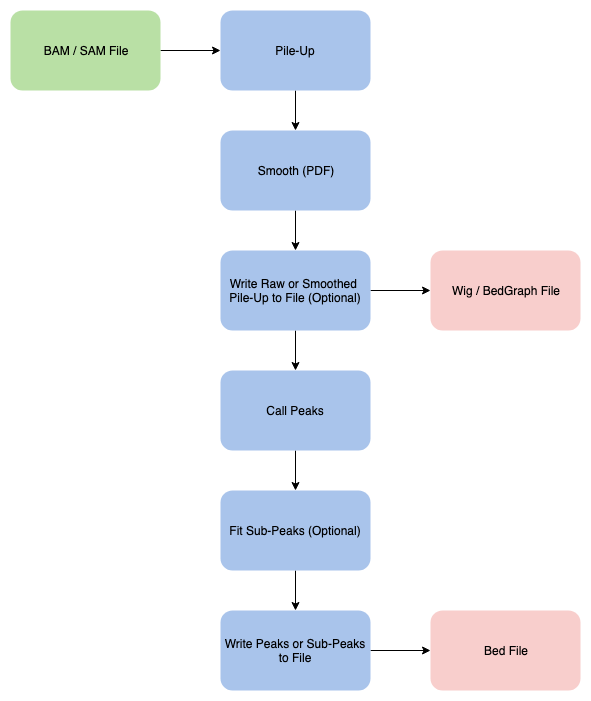
Above: img/zpeaks_flow.png in krews-community/zpeaks (draw.io), before the change. Source tidied: cells renumbered, new cells last; positions are measured from the earlier drawing's top-left corner, leaving out a move shared by most shapes. Source of this version:
```xml
<mxGraphModel>
  <root>
    <mxCell id="0" />
    <mxCell id="1" parent="0" />
    <mxCell id="2" style="edgeStyle=orthogonalEdgeStyle;rounded=0;jettySize=auto;html=1;exitX=0.5;exitY=1;exitDx=0;exitDy=0;entryX=0.5;entryY=0;entryDx=0;entryDy=0;" parent="1" edge="1" source="3" target="6">
      <mxGeometry relative="1" as="geometry" />
    </mxCell>
    <mxCell id="3" value="Smooth (PDF)" style="rounded=1;whiteSpace=wrap;html=1;fillColor=#A9C4EB;strokeColor=none;" parent="1" vertex="1">
      <mxGeometry x="210" y="120" width="150" height="80" as="geometry" />
    </mxCell>
    <mxCell id="4" style="edgeStyle=orthogonalEdgeStyle;rounded=0;jettySize=auto;html=1;exitX=0.5;exitY=1;exitDx=0;exitDy=0;entryX=0.5;entryY=0;entryDx=0;entryDy=0;" parent="1" edge="1" source="6" target="10">
      <mxGeometry relative="1" as="geometry" />
    </mxCell>
    <mxCell id="5" style="edgeStyle=orthogonalEdgeStyle;rounded=0;jettySize=auto;html=1;exitX=1;exitY=0.5;exitDx=0;exitDy=0;entryX=0;entryY=0.5;entryDx=0;entryDy=0;" parent="1" edge="1" source="6" target="17">
      <mxGeometry relative="1" as="geometry" />
    </mxCell>
    <mxCell id="6" value="Write Raw or Smoothed &lt;br&gt;Pile-Up to File (Optional)" style="rounded=1;whiteSpace=wrap;html=1;fillColor=#A9C4EB;strokeColor=none;" parent="1" vertex="1">
      <mxGeometry x="210" y="240" width="150" height="80" as="geometry" />
    </mxCell>
    <mxCell id="7" style="edgeStyle=orthogonalEdgeStyle;rounded=0;jettySize=auto;html=1;exitX=0.5;exitY=1;exitDx=0;exitDy=0;entryX=0.5;entryY=0;entryDx=0;entryDy=0;" parent="1" edge="1" source="8" target="3">
      <mxGeometry relative="1" as="geometry" />
    </mxCell>
    <mxCell id="8" value="Pile-Up" style="rounded=1;whiteSpace=wrap;html=1;fillColor=#A9C4EB;strokeColor=none;" parent="1" vertex="1">
      <mxGeometry x="210" width="150" height="80" as="geometry" />
    </mxCell>
    <mxCell id="9" style="edgeStyle=orthogonalEdgeStyle;rounded=0;jettySize=auto;html=1;exitX=0.5;exitY=1;exitDx=0;exitDy=0;entryX=0.5;entryY=0;entryDx=0;entryDy=0;" parent="1" edge="1" source="10" target="12">
      <mxGeometry relative="1" as="geometry" />
    </mxCell>
    <mxCell id="10" value="Call Peaks" style="rounded=1;whiteSpace=wrap;html=1;fillColor=#A9C4EB;strokeColor=none;" parent="1" vertex="1">
      <mxGeometry x="210" y="360" width="150" height="80" as="geometry" />
    </mxCell>
    <mxCell id="11" style="edgeStyle=orthogonalEdgeStyle;rounded=0;jettySize=auto;html=1;exitX=0.5;exitY=1;exitDx=0;exitDy=0;entryX=0.5;entryY=0;entryDx=0;entryDy=0;" parent="1" edge="1" source="12" target="14">
      <mxGeometry relative="1" as="geometry" />
    </mxCell>
    <mxCell id="12" value="Fit Sub-Peaks (Optional)" style="rounded=1;whiteSpace=wrap;html=1;fillColor=#A9C4EB;strokeColor=none;" parent="1" vertex="1">
      <mxGeometry x="210" y="480" width="150" height="80" as="geometry" />
    </mxCell>
    <mxCell id="13" style="edgeStyle=orthogonalEdgeStyle;rounded=0;jettySize=auto;html=1;exitX=1;exitY=0.5;exitDx=0;exitDy=0;entryX=0;entryY=0.5;entryDx=0;entryDy=0;" parent="1" edge="1" source="14" target="18">
      <mxGeometry relative="1" as="geometry" />
    </mxCell>
    <mxCell id="14" value="Write Peaks or Sub-Peaks to File" style="rounded=1;whiteSpace=wrap;html=1;fillColor=#A9C4EB;strokeColor=none;" parent="1" vertex="1">
      <mxGeometry x="210" y="600" width="150" height="80" as="geometry" />
    </mxCell>
    <mxCell id="15" style="edgeStyle=orthogonalEdgeStyle;rounded=0;jettySize=auto;html=1;exitX=1;exitY=0.5;exitDx=0;exitDy=0;entryX=0;entryY=0.5;entryDx=0;entryDy=0;" parent="1" edge="1" source="16" target="8">
      <mxGeometry relative="1" as="geometry" />
    </mxCell>
    <mxCell id="16" value="BAM / SAM File" style="rounded=1;whiteSpace=wrap;html=1;fillColor=#B9E0A5;strokeColor=none;" parent="1" vertex="1">
      <mxGeometry width="150" height="80" as="geometry" />
    </mxCell>
    <mxCell id="17" value="Wig / BedGraph File" style="rounded=1;whiteSpace=wrap;html=1;fillColor=#F8CECC;strokeColor=none;" parent="1" vertex="1">
      <mxGeometry x="420" y="240" width="150" height="80" as="geometry" />
    </mxCell>
    <mxCell id="18" value="Bed File" style="rounded=1;whiteSpace=wrap;html=1;fillColor=#F8CECC;strokeColor=none;" parent="1" vertex="1">
      <mxGeometry x="420" y="600" width="150" height="80" as="geometry" />
    </mxCell>
  </root>
</mxGraphModel>
```
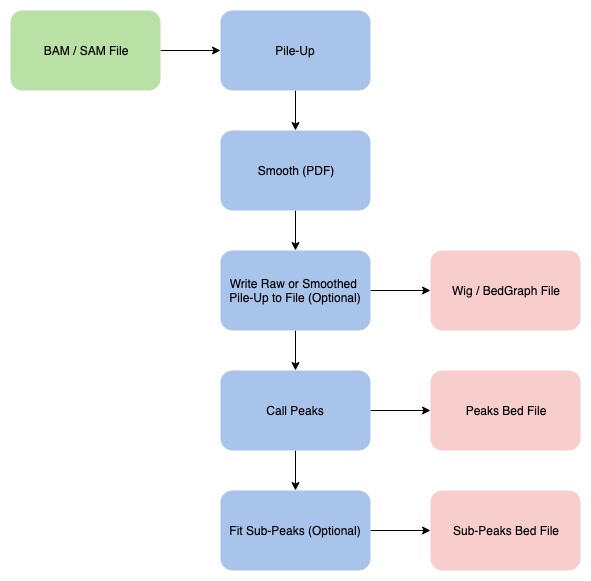
Later version of the same file.

What changed in the source:
```diff
@@ -8,10 +8,10 @@
     <mxCell id="3" value="Smooth (PDF)" style="rounded=1;whiteSpace=wrap;html=1;fillColor=#A9C4EB;strokeColor=none;" parent="1" vertex="1">
       <mxGeometry x="210" y="120" width="150" height="80" as="geometry" />
     </mxCell>
-    <mxCell id="4" style="edgeStyle=orthogonalEdgeStyle;rounded=0;jettySize=auto;html=1;exitX=0.5;exitY=1;exitDx=0;exitDy=0;entryX=0.5;entryY=0;entryDx=0;entryDy=0;" parent="1" edge="1" source="6" target="10">
+    <mxCell id="4" style="edgeStyle=orthogonalEdgeStyle;rounded=0;jettySize=auto;html=1;exitX=0.5;exitY=1;exitDx=0;exitDy=0;entryX=0.5;entryY=0;entryDx=0;entryDy=0;" parent="1" edge="1" source="6" target="11">
       <mxGeometry relative="1" as="geometry" />
     </mxCell>
-    <mxCell id="5" style="edgeStyle=orthogonalEdgeStyle;rounded=0;jettySize=auto;html=1;exitX=1;exitY=0.5;exitDx=0;exitDy=0;entryX=0;entryY=0.5;entryDx=0;entryDy=0;" parent="1" edge="1" source="6" target="17">
+    <mxCell id="5" style="edgeStyle=orthogonalEdgeStyle;rounded=0;jettySize=auto;html=1;exitX=1;exitY=0.5;exitDx=0;exitDy=0;entryX=0;entryY=0.5;entryDx=0;entryDy=0;" parent="1" edge="1" source="6" target="16">
       <mxGeometry relative="1" as="geometry" />
     </mxCell>
     <mxCell id="6" value="Write Raw or Smoothed &lt;br&gt;Pile-Up to File (Optional)" style="rounded=1;whiteSpace=wrap;html=1;fillColor=#A9C4EB;strokeColor=none;" parent="1" vertex="1">
@@ -23,35 +23,35 @@
     <mxCell id="8" value="Pile-Up" style="rounded=1;whiteSpace=wrap;html=1;fillColor=#A9C4EB;strokeColor=none;" parent="1" vertex="1">
       <mxGeometry x="210" width="150" height="80" as="geometry" />
     </mxCell>
-    <mxCell id="9" style="edgeStyle=orthogonalEdgeStyle;rounded=0;jettySize=auto;html=1;exitX=0.5;exitY=1;exitDx=0;exitDy=0;entryX=0.5;entryY=0;entryDx=0;entryDy=0;" parent="1" edge="1" source="10" target="12">
+    <mxCell id="9" style="edgeStyle=orthogonalEdgeStyle;rounded=0;jettySize=auto;html=1;exitX=0.5;exitY=1;exitDx=0;exitDy=0;entryX=0.5;entryY=0;entryDx=0;entryDy=0;" parent="1" edge="1" source="11" target="13">
       <mxGeometry relative="1" as="geometry" />
     </mxCell>
-    <mxCell id="10" value="Call Peaks" style="rounded=1;whiteSpace=wrap;html=1;fillColor=#A9C4EB;strokeColor=none;" parent="1" vertex="1">
-      <mxGeometry x="210" y="360" width="150" height="80" as="geometry" />
+    <mxCell id="10" style="edgeStyle=orthogonalEdgeStyle;rounded=0;jettySize=auto;html=1;exitX=1;exitY=0.5;exitDx=0;exitDy=0;entryX=0;entryY=0.5;entryDx=0;entryDy=0;" parent="1" edge="1" source="11" target="18">
+      <mxGeometry relative="1" as="geometry" />
     </mxCell>
-    <mxCell id="11" style="edgeStyle=orthogonalEdgeStyle;rounded=0;jettySize=auto;html=1;exitX=0.5;exitY=1;exitDx=0;exitDy=0;entryX=0.5;entryY=0;entryDx=0;entryDy=0;" parent="1" edge="1" source="12" target="14">
-      <mxGeometry relative="1" as="geometry" />
+    <mxCell id="11" value="Call Peaks" style="rounded=1;whiteSpace=wrap;html=1;fillColor=#A9C4EB;strokeColor=none;" parent="1" vertex="1">
+      <mxGeometry x="210" y="360" width="150" height="80" as="geometry" />
     </mxCell>
-    <mxCell id="12" value="Fit Sub-Peaks (Optional)" style="rounded=1;whiteSpace=wrap;html=1;fillColor=#A9C4EB;strokeColor=none;" parent="1" vertex="1">
-      <mxGeometry x="210" y="480" width="150" height="80" as="geometry" />
+    <mxCell id="12" style="edgeStyle=orthogonalEdgeStyle;rounded=0;jettySize=auto;html=1;exitX=1;exitY=0.5;exitDx=0;exitDy=0;entryX=0;entryY=0.5;entryDx=0;entryDy=0;" parent="1" edge="1" source="13" target="17">
+      <mxGeometry relative="1" as="geometry" />
     </mxCell>
-    <mxCell id="13" style="edgeStyle=orthogonalEdgeStyle;rounded=0;jettySize=auto;html=1;exitX=1;exitY=0.5;exitDx=0;exitDy=0;entryX=0;entryY=0.5;entryDx=0;entryDy=0;" parent="1" edge="1" source="14" target="18">
-      <mxGeometry relative="1" as="geometry" />
+    <mxCell id="13" value="Fit Sub-Peaks (Optional)" style="rounded=1;whiteSpace=wrap;html=1;fillColor=#A9C4EB;strokeColor=none;" parent="1" vertex="1">
+      <mxGeometry x="210" y="480" width="150" height="80" as="geometry" />
     </mxCell>
-    <mxCell id="14" value="Write Peaks or Sub-Peaks to File" style="rounded=1;whiteSpace=wrap;html=1;fillColor=#A9C4EB;strokeColor=none;" parent="1" vertex="1">
-      <mxGeometry x="210" y="600" width="150" height="80" as="geometry" />
+    <mxCell id="14" style="edgeStyle=orthogonalEdgeStyle;rounded=0;jettySize=auto;html=1;exitX=1;exitY=0.5;exitDx=0;exitDy=0;entryX=0;entryY=0.5;entryDx=0;entryDy=0;" parent="1" edge="1" source="15" target="8">
+      <mxGeometry relative="1" as="geometry" />
     </mxCell>
-    <mxCell id="15" style="edgeStyle=orthogonalEdgeStyle;rounded=0;jettySize=auto;html=1;exitX=1;exitY=0.5;exitDx=0;exitDy=0;entryX=0;entryY=0.5;entryDx=0;entryDy=0;" parent="1" edge="1" source="16" target="8">
-      <mxGeometry relative="1" as="geometry" />
+    <mxCell id="15" value="BAM / SAM File" style="rounded=1;whiteSpace=wrap;html=1;fillColor=#B9E0A5;strokeColor=none;" parent="1" vertex="1">
+      <mxGeometry width="150" height="80" as="geometry" />
     </mxCell>
-    <mxCell id="16" value="BAM / SAM File" style="rounded=1;whiteSpace=wrap;html=1;fillColor=#B9E0A5;strokeColor=none;" parent="1" vertex="1">
-      <mxGeometry width="150" height="80" as="geometry" />
+    <mxCell id="16" value="Wig / BedGraph File" style="rounded=1;whiteSpace=wrap;html=1;fillColor=#F8CECC;strokeColor=none;" parent="1" vertex="1">
+      <mxGeometry x="420" y="240" width="150" height="80" as="geometry" />
     </mxCell>
-    <mxCell id="17" value="Wig / BedGraph File" style="rounded=1;whiteSpace=wrap;html=1;fillColor=#F8CECC;strokeColor=none;" parent="1" vertex="1">
-      <mxGeometry x="420" y="240" width="150" height="80" as="geometry" />
+    <mxCell id="17" value="Sub-Peaks Bed File" style="rounded=1;whiteSpace=wrap;html=1;fillColor=#F8CECC;strokeColor=none;" parent="1" vertex="1">
+      <mxGeometry x="420" y="480" width="150" height="80" as="geometry" />
     </mxCell>
-    <mxCell id="18" value="Bed File" style="rounded=1;whiteSpace=wrap;html=1;fillColor=#F8CECC;strokeColor=none;" parent="1" vertex="1">
-      <mxGeometry x="420" y="600" width="150" height="80" as="geometry" />
+    <mxCell id="18" value="Peaks Bed File" style="rounded=1;whiteSpace=wrap;html=1;fillColor=#F8CECC;strokeColor=none;" parent="1" vertex="1">
+      <mxGeometry x="420" y="360" width="150" height="80" as="geometry" />
     </mxCell>
   </root>
 </mxGraphModel>
```
